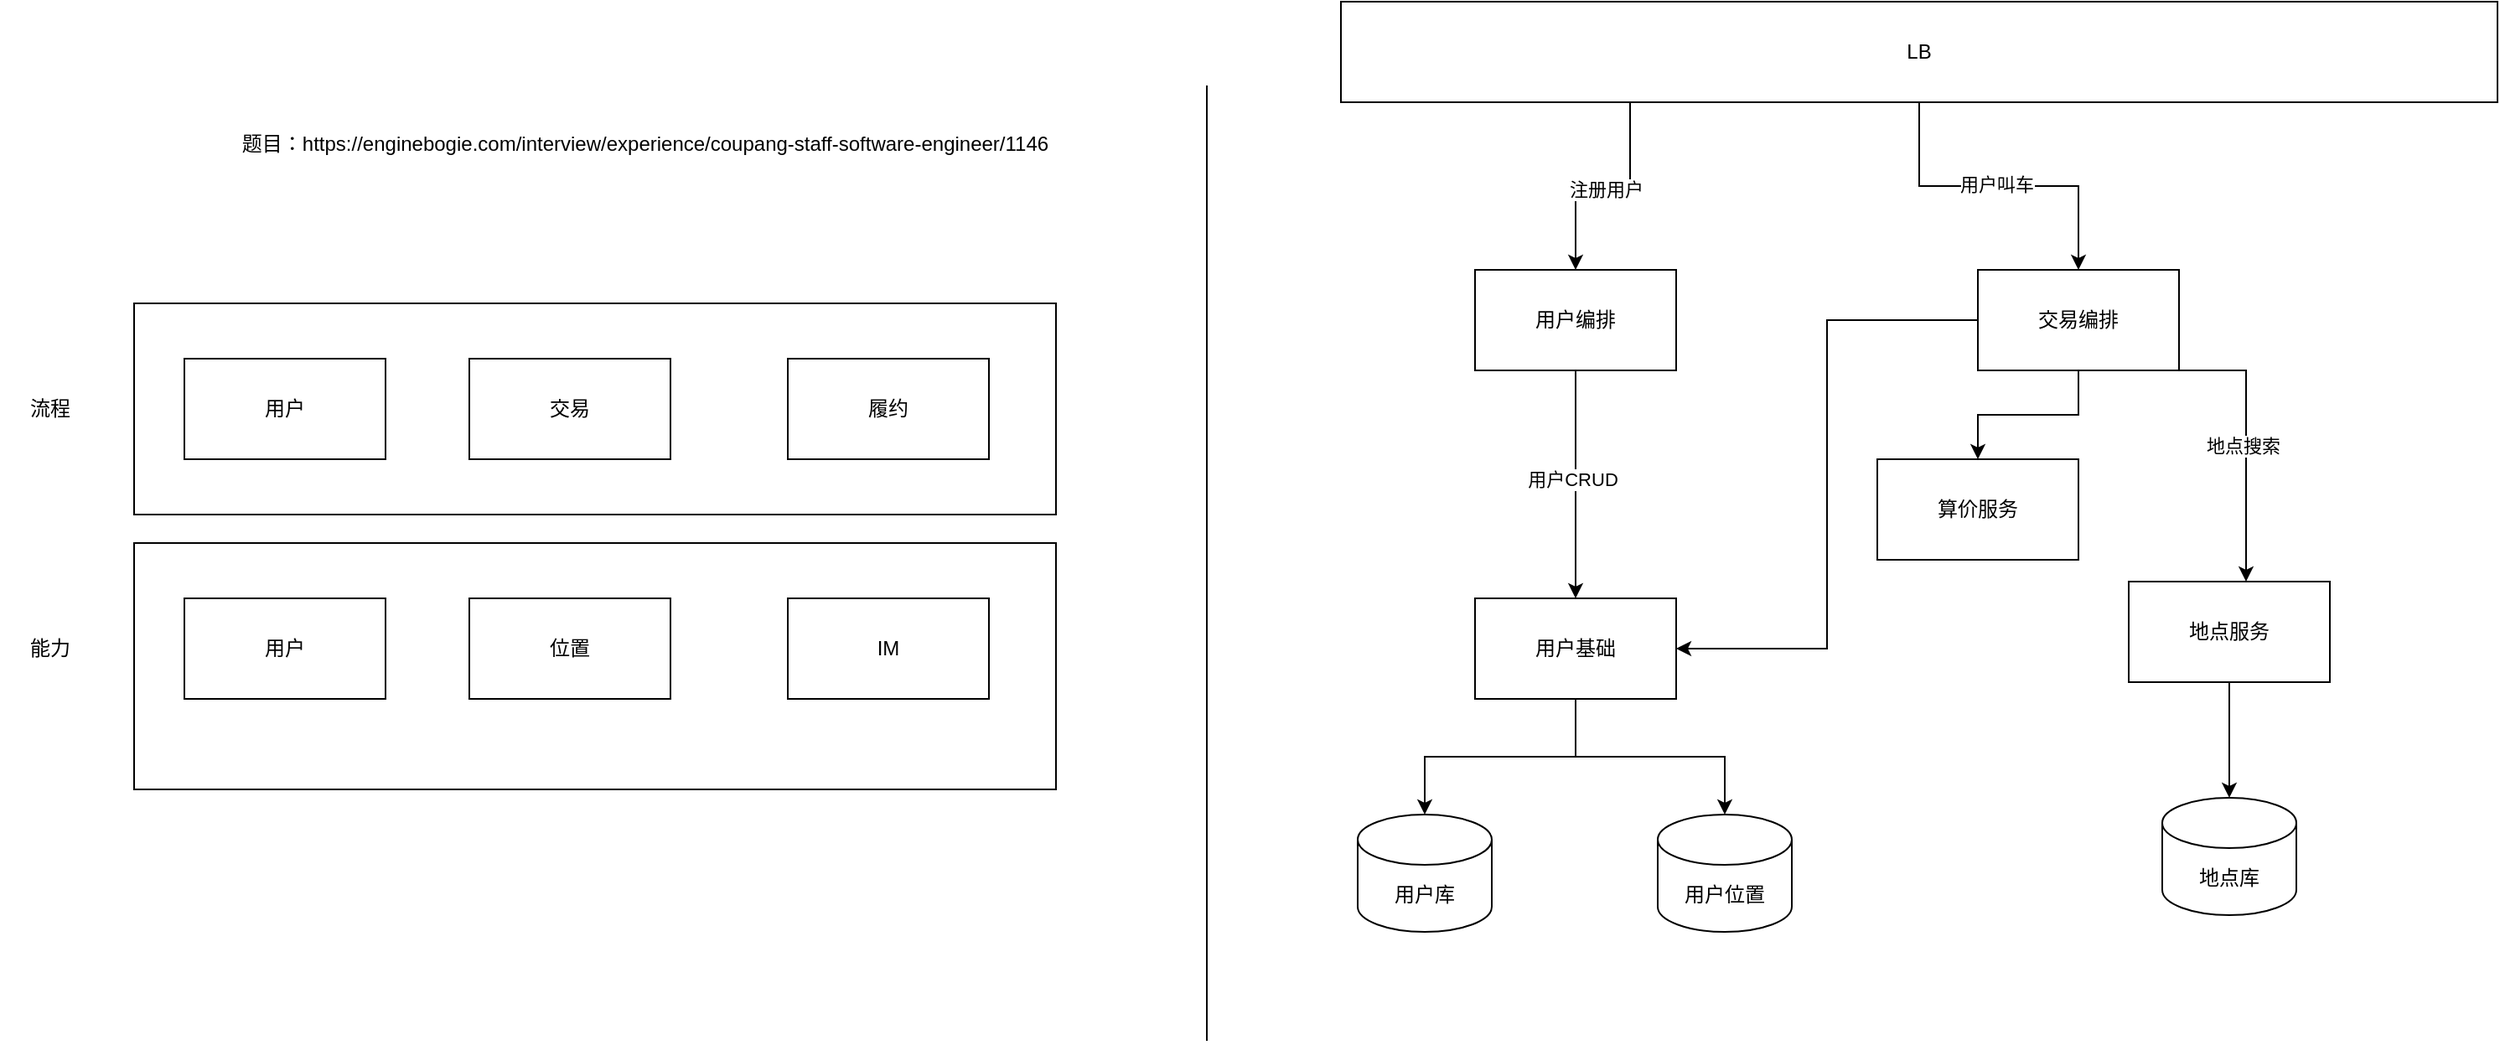
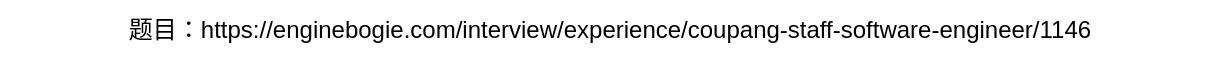
<mxfile host="app.diagrams.net" agent="Mozilla/5.0 (Windows NT 10.0; Win64; x64) AppleWebKit/537.36 (KHTML, like Gecko) draw.io/10.8.0 Chrome/73.0.3683.121 Electron/5.0.4 Safari/537.36">
  <diagram id="dw9DIYGoIQujjZgAUzOq" name="打车应用">
    <mxGraphModel dx="1347" dy="724" grid="1" gridSize="10" guides="1" tooltips="1" connect="1" arrows="1" fold="1" page="1" pageScale="1" pageWidth="1169" pageHeight="827" math="0" shadow="0">
      <root>
        <mxCell id="0" />
        <mxCell id="1" parent="0" />
-         <mxCell id="pT7SL0AU2GnrM4RqSykw-17" parent="1" style="rounded=0;whiteSpace=wrap;html=1;" value="" vertex="1">
-           <mxGeometry height="147" width="550" x="180" y="393" as="geometry" />
-         </mxCell>
-         <mxCell id="pT7SL0AU2GnrM4RqSykw-16" parent="1" style="rounded=0;whiteSpace=wrap;html=1;" value="" vertex="1">
-           <mxGeometry height="126" width="550" x="180" y="250" as="geometry" />
-         </mxCell>
        <mxCell id="pT7SL0AU2GnrM4RqSykw-1" parent="1" style="text;html=1;whiteSpace=wrap;strokeColor=none;fillColor=none;align=center;verticalAlign=middle;rounded=0;" value="题目：https://enginebogie.com/interview/experience/coupang-staff-software-engineer/1146" vertex="1">
          <mxGeometry height="30" width="610" x="180" y="140" as="geometry" />
-         </mxCell>
-         <mxCell id="pT7SL0AU2GnrM4RqSykw-5" parent="1" style="rounded=0;whiteSpace=wrap;html=1;" value="位置" vertex="1">
-           <mxGeometry height="60" width="120" x="380" y="426" as="geometry" />
-         </mxCell>
-         <mxCell id="pT7SL0AU2GnrM4RqSykw-6" parent="1" style="rounded=0;whiteSpace=wrap;html=1;" value="交易" vertex="1">
-           <mxGeometry height="60" width="120" x="380" y="283" as="geometry" />
-         </mxCell>
-         <mxCell id="pT7SL0AU2GnrM4RqSykw-9" parent="1" style="rounded=0;whiteSpace=wrap;html=1;" value="IM" vertex="1">
-           <mxGeometry height="60" width="120" x="570" y="426" as="geometry" />
-         </mxCell>
-         <mxCell id="pT7SL0AU2GnrM4RqSykw-13" parent="1" style="rounded=0;whiteSpace=wrap;html=1;" value="履约" vertex="1">
-           <mxGeometry height="60" width="120" x="570" y="283" as="geometry" />
-         </mxCell>
-         <mxCell id="pT7SL0AU2GnrM4RqSykw-15" parent="1" style="rounded=0;whiteSpace=wrap;html=1;" value="用户" vertex="1">
-           <mxGeometry height="60" width="120" x="210" y="426" as="geometry" />
-         </mxCell>
-         <mxCell id="pT7SL0AU2GnrM4RqSykw-18" parent="1" style="text;html=1;whiteSpace=wrap;strokeColor=none;fillColor=none;align=center;verticalAlign=middle;rounded=0;" value="流程" vertex="1">
-           <mxGeometry height="30" width="60" x="100" y="298" as="geometry" />
-         </mxCell>
-         <mxCell id="pT7SL0AU2GnrM4RqSykw-19" parent="1" style="text;html=1;whiteSpace=wrap;strokeColor=none;fillColor=none;align=center;verticalAlign=middle;rounded=0;" value="能力" vertex="1">
-           <mxGeometry height="30" width="60" x="100" y="441" as="geometry" />
-         </mxCell>
-         <mxCell id="qZWEmjuA36gEhOPuAmIH-2" edge="1" parent="1" source="pT7SL0AU2GnrM4RqSykw-28" style="edgeStyle=orthogonalEdgeStyle;rounded=0;orthogonalLoop=1;jettySize=auto;html=1;exitX=0.25;exitY=1;exitDx=0;exitDy=0;" target="qZWEmjuA36gEhOPuAmIH-1">
-           <mxGeometry relative="1" as="geometry" />
-         </mxCell>
-         <mxCell id="qZWEmjuA36gEhOPuAmIH-3" connectable="0" parent="qZWEmjuA36gEhOPuAmIH-2" style="edgeLabel;html=1;align=center;verticalAlign=middle;resizable=0;points=[];" value="注册用户" vertex="1">
-           <mxGeometry relative="1" x="-0.0239" y="2" as="geometry">
-             <mxPoint as="offset" />
-           </mxGeometry>
-         </mxCell>
-         <mxCell id="qZWEmjuA36gEhOPuAmIH-22" edge="1" parent="1" source="pT7SL0AU2GnrM4RqSykw-28" style="edgeStyle=orthogonalEdgeStyle;rounded=0;orthogonalLoop=1;jettySize=auto;html=1;" target="qZWEmjuA36gEhOPuAmIH-21">
-           <mxGeometry relative="1" as="geometry" />
-         </mxCell>
-         <mxCell id="qZWEmjuA36gEhOPuAmIH-23" connectable="0" parent="qZWEmjuA36gEhOPuAmIH-22" style="edgeLabel;html=1;align=center;verticalAlign=middle;resizable=0;points=[];" value="用户叫车" vertex="1">
-           <mxGeometry relative="1" x="-0.0146" y="1" as="geometry">
-             <mxPoint as="offset" />
-           </mxGeometry>
-         </mxCell>
-         <mxCell id="pT7SL0AU2GnrM4RqSykw-28" parent="1" style="rounded=0;whiteSpace=wrap;html=1;" value="LB" vertex="1">
-           <mxGeometry height="60" width="690" x="900" y="70" as="geometry" />
-         </mxCell>
-         <mxCell id="pT7SL0AU2GnrM4RqSykw-35" parent="1" style="rounded=0;whiteSpace=wrap;html=1;" value="用户" vertex="1">
-           <mxGeometry height="60" width="120" x="210" y="283" as="geometry" />
-         </mxCell>
-         <mxCell id="pT7SL0AU2GnrM4RqSykw-44" edge="1" parent="1" style="endArrow=none;html=1;rounded=0;" value="">
-           <mxGeometry height="50" relative="1" width="50" as="geometry">
-             <mxPoint x="820" y="690" as="sourcePoint" />
-             <mxPoint x="820" y="120" as="targetPoint" />
-           </mxGeometry>
-         </mxCell>
-         <mxCell id="qZWEmjuA36gEhOPuAmIH-14" edge="1" parent="1" source="qZWEmjuA36gEhOPuAmIH-1" style="edgeStyle=orthogonalEdgeStyle;rounded=0;orthogonalLoop=1;jettySize=auto;html=1;" target="qZWEmjuA36gEhOPuAmIH-6">
-           <mxGeometry relative="1" as="geometry" />
-         </mxCell>
-         <mxCell id="qZWEmjuA36gEhOPuAmIH-15" connectable="0" parent="qZWEmjuA36gEhOPuAmIH-14" style="edgeLabel;html=1;align=center;verticalAlign=middle;resizable=0;points=[];" value="用户CRUD" vertex="1">
-           <mxGeometry relative="1" x="0.0174" y="-4" as="geometry">
-             <mxPoint x="2" y="-4" as="offset" />
-           </mxGeometry>
-         </mxCell>
-         <mxCell id="qZWEmjuA36gEhOPuAmIH-1" parent="1" style="rounded=0;whiteSpace=wrap;html=1;" value="用户编排" vertex="1">
-           <mxGeometry height="60" width="120" x="980" y="230" as="geometry" />
-         </mxCell>
-         <mxCell id="qZWEmjuA36gEhOPuAmIH-30" edge="1" parent="1" source="qZWEmjuA36gEhOPuAmIH-6" style="edgeStyle=orthogonalEdgeStyle;rounded=0;orthogonalLoop=1;jettySize=auto;html=1;" target="qZWEmjuA36gEhOPuAmIH-29">
-           <mxGeometry relative="1" as="geometry" />
-         </mxCell>
-         <mxCell id="qZWEmjuA36gEhOPuAmIH-31" edge="1" parent="1" source="qZWEmjuA36gEhOPuAmIH-6" style="edgeStyle=orthogonalEdgeStyle;rounded=0;orthogonalLoop=1;jettySize=auto;html=1;" target="qZWEmjuA36gEhOPuAmIH-17">
-           <mxGeometry relative="1" as="geometry" />
-         </mxCell>
-         <mxCell id="qZWEmjuA36gEhOPuAmIH-6" parent="1" style="rounded=0;whiteSpace=wrap;html=1;" value="用户基础" vertex="1">
-           <mxGeometry height="60" width="120" x="980" y="426" as="geometry" />
-         </mxCell>
-         <mxCell id="qZWEmjuA36gEhOPuAmIH-17" parent="1" style="shape=cylinder3;whiteSpace=wrap;html=1;boundedLbl=1;backgroundOutline=1;size=15;" value="用户库" vertex="1">
-           <mxGeometry height="70" width="80" x="910" y="555" as="geometry" />
-         </mxCell>
-         <mxCell id="qZWEmjuA36gEhOPuAmIH-24" edge="1" parent="1" source="qZWEmjuA36gEhOPuAmIH-21" style="edgeStyle=orthogonalEdgeStyle;rounded=0;orthogonalLoop=1;jettySize=auto;html=1;exitX=1;exitY=0.5;exitDx=0;exitDy=0;" target="qZWEmjuA36gEhOPuAmIH-27">
-           <mxGeometry relative="1" as="geometry">
-             <Array as="points">
-               <mxPoint x="1400" y="290" />
-               <mxPoint x="1440" y="290" />
-             </Array>
-           </mxGeometry>
-         </mxCell>
-         <mxCell id="qZWEmjuA36gEhOPuAmIH-25" connectable="0" parent="qZWEmjuA36gEhOPuAmIH-24" style="edgeLabel;html=1;align=center;verticalAlign=middle;resizable=0;points=[];" value="地点搜索" vertex="1">
-           <mxGeometry relative="1" x="0.1719" y="-2" as="geometry">
-             <mxPoint as="offset" />
-           </mxGeometry>
-         </mxCell>
-         <mxCell id="qZWEmjuA36gEhOPuAmIH-32" edge="1" parent="1" source="qZWEmjuA36gEhOPuAmIH-21" style="edgeStyle=orthogonalEdgeStyle;rounded=0;orthogonalLoop=1;jettySize=auto;html=1;entryX=1;entryY=0.5;entryDx=0;entryDy=0;" target="qZWEmjuA36gEhOPuAmIH-6">
-           <mxGeometry relative="1" as="geometry" />
-         </mxCell>
-         <mxCell id="qZWEmjuA36gEhOPuAmIH-35" edge="1" parent="1" source="qZWEmjuA36gEhOPuAmIH-21" style="edgeStyle=orthogonalEdgeStyle;rounded=0;orthogonalLoop=1;jettySize=auto;html=1;" target="qZWEmjuA36gEhOPuAmIH-34">
-           <mxGeometry relative="1" as="geometry" />
-         </mxCell>
-         <mxCell id="qZWEmjuA36gEhOPuAmIH-21" parent="1" style="rounded=0;whiteSpace=wrap;html=1;" value="交易编排" vertex="1">
-           <mxGeometry height="60" width="120" x="1280" y="230" as="geometry" />
-         </mxCell>
-         <mxCell id="qZWEmjuA36gEhOPuAmIH-26" edge="1" parent="1" source="qZWEmjuA36gEhOPuAmIH-27" style="edgeStyle=orthogonalEdgeStyle;rounded=0;orthogonalLoop=1;jettySize=auto;html=1;" target="qZWEmjuA36gEhOPuAmIH-28">
-           <mxGeometry relative="1" as="geometry" />
-         </mxCell>
-         <mxCell id="qZWEmjuA36gEhOPuAmIH-27" parent="1" style="rounded=0;whiteSpace=wrap;html=1;" value="地点服务" vertex="1">
-           <mxGeometry height="60" width="120" x="1370" y="416" as="geometry" />
-         </mxCell>
-         <mxCell id="qZWEmjuA36gEhOPuAmIH-28" parent="1" style="shape=cylinder3;whiteSpace=wrap;html=1;boundedLbl=1;backgroundOutline=1;size=15;" value="地点库" vertex="1">
-           <mxGeometry height="70" width="80" x="1390" y="545" as="geometry" />
-         </mxCell>
-         <mxCell id="qZWEmjuA36gEhOPuAmIH-29" parent="1" style="shape=cylinder3;whiteSpace=wrap;html=1;boundedLbl=1;backgroundOutline=1;size=15;" value="用户位置" vertex="1">
-           <mxGeometry height="70" width="80" x="1089" y="555" as="geometry" />
-         </mxCell>
-         <mxCell id="qZWEmjuA36gEhOPuAmIH-34" parent="1" style="rounded=0;whiteSpace=wrap;html=1;" value="算价服务" vertex="1">
-           <mxGeometry height="60" width="120" x="1220" y="343" as="geometry" />
        </mxCell>
      </root>
    </mxGraphModel>
  </diagram>
</mxfile>
